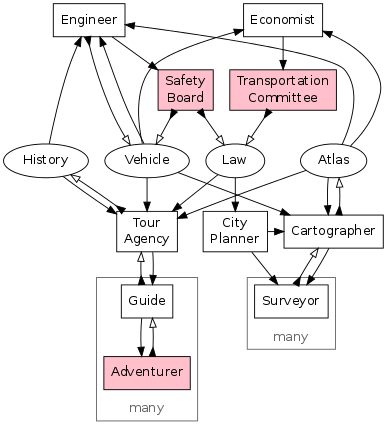
Before: doc/architecture.png, a diagram exported from Graphviz (fritzo/pomagma). Its source is kept beside it as doc/architecture.dot.
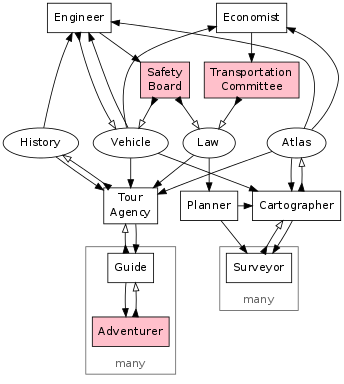
Later version of the same file.

Commit message:
Rename City Planner to Planner in docs

Diff of the diagram source:
```diff
@@ -20,7 +20,7 @@
 		Atlas;
 		History;
 	}
-    Planner [label="City\nPlanner"];
+    Planner;
 	TourAgency [label="Tour\nAgency"];
 
 	subgraph cluster_survey {
```
